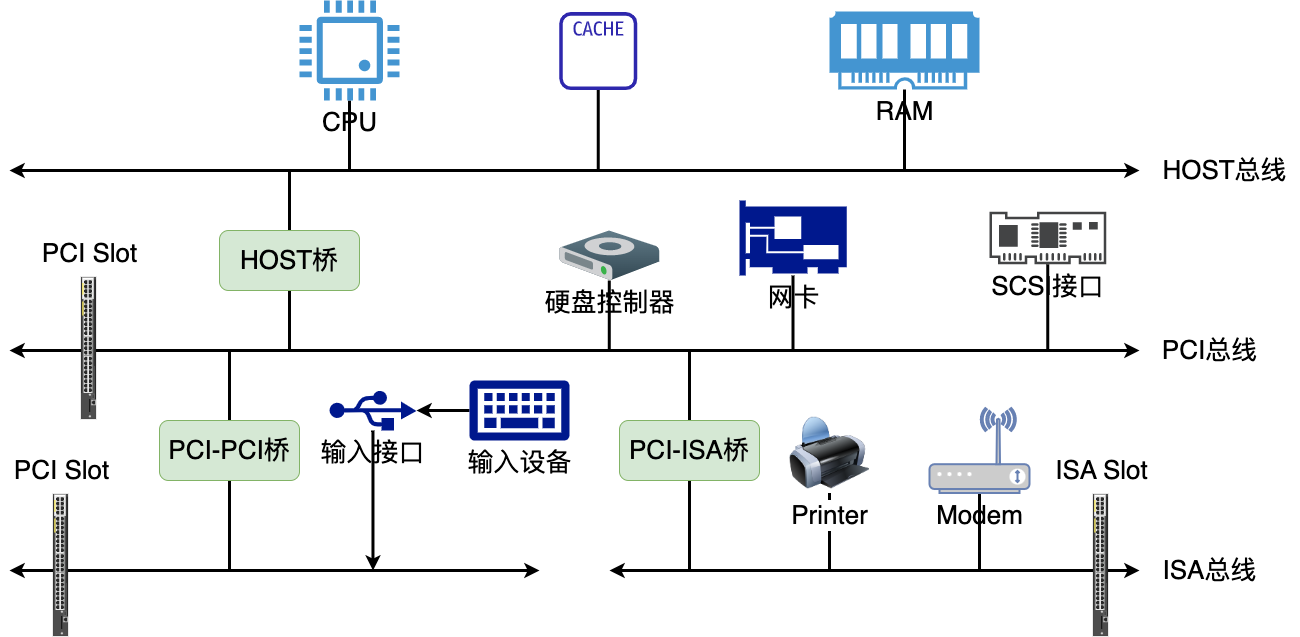
Earlier version of the draw.io export CS/计算机体系结构/微机原理与接口技术/PC的典型逻辑结构.drawio.png (superwjfeng/MarkdownWriting). Source tidied: cells renumbered, new cells last; positions are measured from the earlier drawing's top-left corner, leaving out a move shared by most shapes.
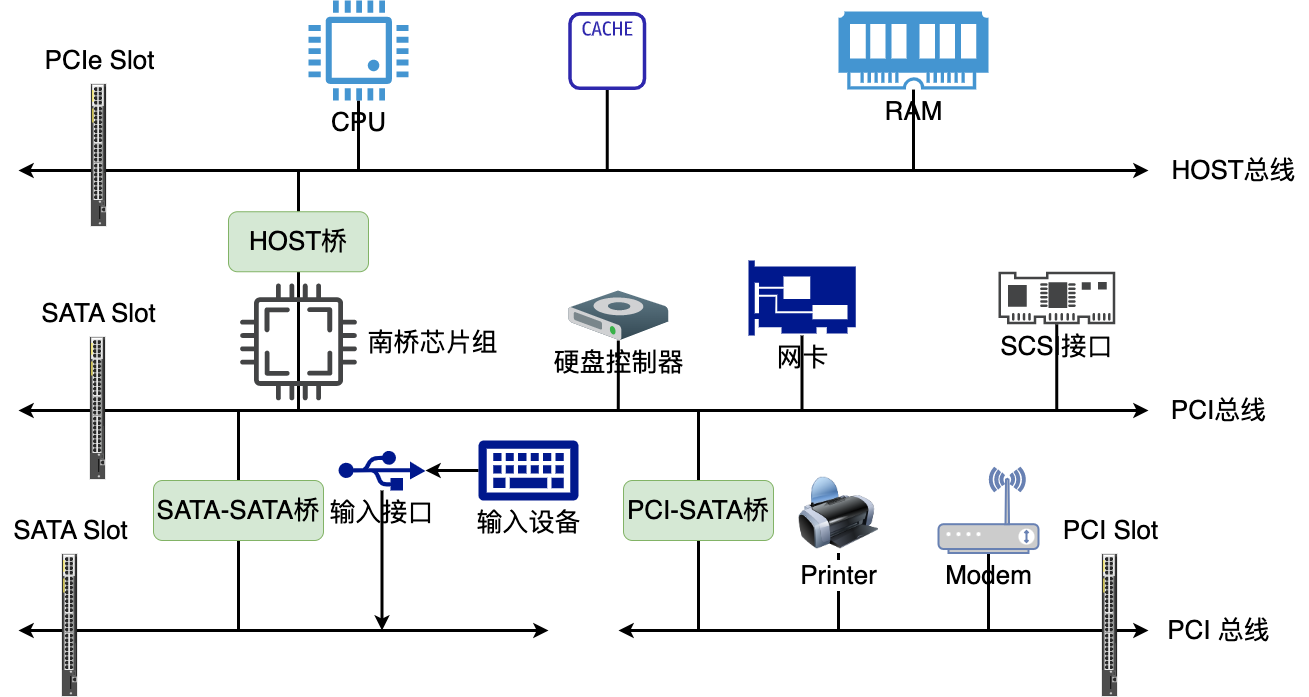
The same diagram one commit later.

Diff of the diagram source:
```diff
@@ -4,19 +4,19 @@
     <mxCell id="1" parent="0" />
     <mxCell id="2" style="edgeStyle=orthogonalEdgeStyle;rounded=0;jettySize=auto;html=1;strokeWidth=3;endArrow=none;endFill=0;" parent="1" edge="1" source="3">
       <mxGeometry relative="1" as="geometry">
-        <mxPoint x="360" y="170" as="targetPoint" />
+        <mxPoint x="360" y="110" as="targetPoint" />
       </mxGeometry>
     </mxCell>
     <mxCell id="3" value="&lt;font style=&quot;font-size: 26px;&quot;&gt;CPU&lt;/font&gt;" style="shadow=0;dashed=0;html=1;strokeColor=none;fillColor=#4495D1;labelPosition=center;verticalLabelPosition=bottom;verticalAlign=top;align=center;outlineConnect=0;shape=mxgraph.veeam.cpu;" parent="1" vertex="1">
-      <mxGeometry x="310" width="100" height="100" as="geometry" />
+      <mxGeometry x="310" y="-60" width="100" height="100" as="geometry" />
     </mxCell>
     <mxCell id="4" style="edgeStyle=orthogonalEdgeStyle;rounded=0;jettySize=auto;html=1;endArrow=none;strokeWidth=3;endFill=0;" parent="1" edge="1" source="5">
       <mxGeometry relative="1" as="geometry">
-        <mxPoint x="915" y="170" as="targetPoint" />
+        <mxPoint x="915" y="110" as="targetPoint" />
       </mxGeometry>
     </mxCell>
     <mxCell id="5" value="&lt;font style=&quot;font-size: 26px;&quot;&gt;RAM&lt;/font&gt;" style="shadow=0;dashed=0;html=1;strokeColor=none;fillColor=#4495D1;labelPosition=center;verticalLabelPosition=bottom;verticalAlign=top;align=center;outlineConnect=0;shape=mxgraph.veeam.ram;" parent="1" vertex="1">
-      <mxGeometry x="840" y="10.9" width="150" height="78.1" as="geometry" />
+      <mxGeometry x="840" y="-49.1" width="150" height="78.1" as="geometry" />
     </mxCell>
     <mxCell id="6" style="edgeStyle=orthogonalEdgeStyle;rounded=0;jettySize=auto;html=1;endArrow=classic;strokeWidth=3;endFill=1;" parent="1" edge="1" source="8">
       <mxGeometry relative="1" as="geometry">
@@ -34,11 +34,11 @@
     </mxCell>
     <mxCell id="10" style="edgeStyle=orthogonalEdgeStyle;rounded=0;jettySize=auto;html=1;endArrow=none;strokeWidth=3;endFill=0;" parent="1" edge="1" source="11">
       <mxGeometry relative="1" as="geometry">
-        <mxPoint x="608.8" y="170" as="targetPoint" />
+        <mxPoint x="608.8" y="110" as="targetPoint" />
       </mxGeometry>
     </mxCell>
     <mxCell id="11" style="sketch=0;outlineConnect=0;fontColor=#232F3E;gradientColor=none;fillColor=#2E27AD;strokeColor=none;dashed=0;verticalLabelPosition=bottom;verticalAlign=top;align=center;html=1;fontSize=12;fontStyle=0;shape=mxgraph.aws4.cache_node;" parent="1" vertex="1">
-      <mxGeometry x="569.8" y="11.6" width="78" height="78" as="geometry" />
+      <mxGeometry x="569.8" y="-48.4" width="78" height="78" as="geometry" />
     </mxCell>
     <mxCell id="12" style="edgeStyle=orthogonalEdgeStyle;rounded=0;jettySize=auto;html=1;endArrow=none;strokeWidth=3;endFill=0;" parent="1" edge="1" source="13">
       <mxGeometry relative="1" as="geometry">
@@ -50,8 +50,8 @@
     </mxCell>
     <mxCell id="14" style="endArrow=classic;startArrow=classic;html=1;rounded=0;strokeWidth=3;" parent="1" edge="1">
       <mxGeometry relative="1" as="geometry">
-        <mxPoint x="20" y="170" as="sourcePoint" />
-        <mxPoint x="1150" y="170" as="targetPoint" />
+        <mxPoint x="20" y="110" as="sourcePoint" />
+        <mxPoint x="1150" y="110" as="targetPoint" />
       </mxGeometry>
     </mxCell>
     <mxCell id="15" style="endArrow=classic;startArrow=classic;html=1;rounded=0;strokeWidth=3;" parent="1" edge="1">
@@ -76,12 +76,12 @@
         <mxPoint x="240" y="570" as="targetPoint" />
       </mxGeometry>
     </mxCell>
-    <mxCell id="19" value="&lt;font style=&quot;font-size: 26px;&quot;&gt;PCI-PCI桥&lt;br&gt;&lt;/font&gt;" style="rounded=1;whiteSpace=wrap;html=1;fillColor=#d5e8d4;strokeColor=#82b366;" parent="1" vertex="1">
-      <mxGeometry x="170" y="420" width="140" height="60" as="geometry" />
+    <mxCell id="19" value="&lt;font style=&quot;font-size: 26px;&quot;&gt;SATA-SATA桥&lt;br&gt;&lt;/font&gt;" style="rounded=1;whiteSpace=wrap;html=1;fillColor=#d5e8d4;strokeColor=#82b366;" parent="1" vertex="1">
+      <mxGeometry x="155" y="420" width="170" height="60" as="geometry" />
     </mxCell>
     <mxCell id="20" style="edgeStyle=orthogonalEdgeStyle;rounded=0;jettySize=auto;html=1;endArrow=none;strokeWidth=3;endFill=0;" parent="1" edge="1" source="22">
       <mxGeometry relative="1" as="geometry">
-        <mxPoint x="300" y="170" as="targetPoint" />
+        <mxPoint x="300" y="110" as="targetPoint" />
       </mxGeometry>
     </mxCell>
     <mxCell id="21" style="edgeStyle=orthogonalEdgeStyle;rounded=0;jettySize=auto;html=1;endArrow=none;strokeWidth=3;endFill=0;" parent="1" edge="1" source="22">
@@ -90,7 +90,7 @@
       </mxGeometry>
     </mxCell>
     <mxCell id="22" value="&lt;font style=&quot;font-size: 26px;&quot;&gt;HOST桥&lt;br&gt;&lt;/font&gt;" style="rounded=1;whiteSpace=wrap;html=1;fillColor=#d5e8d4;strokeColor=#82b366;" parent="1" vertex="1">
-      <mxGeometry x="230" y="230" width="140" height="60" as="geometry" />
+      <mxGeometry x="230" y="151.2" width="140" height="60" as="geometry" />
     </mxCell>
     <mxCell id="23" style="edgeStyle=orthogonalEdgeStyle;rounded=0;jettySize=auto;html=1;endArrow=none;strokeWidth=3;endFill=0;" parent="1" edge="1" source="25">
       <mxGeometry relative="1" as="geometry">
@@ -102,11 +102,11 @@
         <mxPoint x="700" y="570" as="targetPoint" />
       </mxGeometry>
     </mxCell>
-    <mxCell id="25" value="&lt;font style=&quot;font-size: 26px;&quot;&gt;PCI-ISA桥&lt;br&gt;&lt;/font&gt;" style="rounded=1;whiteSpace=wrap;html=1;fillColor=#d5e8d4;strokeColor=#82b366;" parent="1" vertex="1">
-      <mxGeometry x="630" y="420" width="140" height="60" as="geometry" />
+    <mxCell id="25" value="&lt;font style=&quot;font-size: 26px;&quot;&gt;PCI-SATA桥&lt;br&gt;&lt;/font&gt;" style="rounded=1;whiteSpace=wrap;html=1;fillColor=#d5e8d4;strokeColor=#82b366;" parent="1" vertex="1">
+      <mxGeometry x="625" y="420" width="150" height="60" as="geometry" />
     </mxCell>
     <mxCell id="26" value="&lt;font style=&quot;font-size: 26px;&quot;&gt;HOST总线&lt;/font&gt;" style="text;html=1;align=center;verticalAlign=middle;strokeColor=none;fillColor=none;" parent="1" vertex="1">
-      <mxGeometry x="1160" y="150" width="150" height="40" as="geometry" />
+      <mxGeometry x="1160" y="90" width="150" height="40" as="geometry" />
     </mxCell>
     <mxCell id="27" value="&lt;font style=&quot;font-size: 26px;&quot;&gt;PCI总线&lt;/font&gt;" style="text;html=1;align=center;verticalAlign=middle;strokeColor=none;fillColor=none;" parent="1" vertex="1">
       <mxGeometry x="1160" y="330" width="120" height="40" as="geometry" />
@@ -149,26 +149,38 @@
     <mxCell id="36" value="&lt;font style=&quot;font-size: 26px;&quot;&gt;SCSI接口&lt;/font&gt;" style="sketch=0;shadow=0;dashed=0;html=1;strokeColor=none;fillColor=#434445;labelPosition=center;verticalLabelPosition=bottom;verticalAlign=top;align=center;outlineConnect=0;shape=mxgraph.vvd.scsi_controller;" parent="1" vertex="1">
       <mxGeometry x="1000" y="211.2" width="116.7" height="52.5" as="geometry" />
     </mxCell>
-    <mxCell id="37" value="&lt;font style=&quot;font-size: 26px;&quot;&gt;ISA总线&lt;/font&gt;" style="text;html=1;align=center;verticalAlign=middle;strokeColor=none;fillColor=none;" parent="1" vertex="1">
-      <mxGeometry x="1160" y="550" width="120" height="40" as="geometry" />
+    <mxCell id="37" value="&lt;font style=&quot;font-size: 26px;&quot;&gt;PCI 总线&lt;/font&gt;" style="text;html=1;align=center;verticalAlign=middle;strokeColor=none;fillColor=none;" parent="1" vertex="1">
+      <mxGeometry x="1155" y="550" width="130" height="40" as="geometry" />
     </mxCell>
     <mxCell id="38" style="html=1;verticalLabelPosition=bottom;verticalAlign=top;shadow=0;dashed=0;shape=mxgraph.rack.hpe_aruba.switches.jl076a_hpe_aruba_3810m_40_port_gt_poeplus_8_port_1_2_5_5_10gbase_t_poeplus_1_slot_switch;rotation=90;" parent="1" vertex="1">
       <mxGeometry x="28" y="340" width="142" height="15" as="geometry" />
     </mxCell>
-    <mxCell id="39" value="&lt;font style=&quot;font-size: 26px;&quot;&gt;PCI Slot&lt;/font&gt;" style="text;html=1;align=center;verticalAlign=middle;strokeColor=none;fillColor=none;" parent="1" vertex="1">
-      <mxGeometry x="40" y="233" width="120" height="40" as="geometry" />
+    <mxCell id="39" value="&lt;font style=&quot;font-size: 26px;&quot;&gt;SATA Slot&lt;/font&gt;" style="text;html=1;align=center;verticalAlign=middle;strokeColor=none;fillColor=none;" parent="1" vertex="1">
+      <mxGeometry x="30" y="233" width="140" height="40" as="geometry" />
     </mxCell>
     <mxCell id="40" style="html=1;verticalLabelPosition=bottom;verticalAlign=top;shadow=0;dashed=0;shape=mxgraph.rack.hpe_aruba.switches.jl076a_hpe_aruba_3810m_40_port_gt_poeplus_8_port_1_2_5_5_10gbase_t_poeplus_1_slot_switch;rotation=90;" parent="1" vertex="1">
       <mxGeometry y="557" width="142" height="15" as="geometry" />
     </mxCell>
-    <mxCell id="41" value="&lt;font style=&quot;font-size: 26px;&quot;&gt;PCI Slot&lt;/font&gt;" style="text;html=1;align=center;verticalAlign=middle;strokeColor=none;fillColor=none;" parent="1" vertex="1">
-      <mxGeometry x="12" y="450" width="120" height="40" as="geometry" />
+    <mxCell id="41" value="&lt;font style=&quot;font-size: 26px;&quot;&gt;SATA Slot&lt;/font&gt;" style="text;html=1;align=center;verticalAlign=middle;strokeColor=none;fillColor=none;" parent="1" vertex="1">
+      <mxGeometry x="2" y="450" width="140" height="40" as="geometry" />
     </mxCell>
     <mxCell id="42" style="html=1;verticalLabelPosition=bottom;verticalAlign=top;shadow=0;dashed=0;shape=mxgraph.rack.hpe_aruba.switches.jl076a_hpe_aruba_3810m_40_port_gt_poeplus_8_port_1_2_5_5_10gbase_t_poeplus_1_slot_switch;rotation=90;" parent="1" vertex="1">
       <mxGeometry x="1040" y="557" width="142" height="15" as="geometry" />
     </mxCell>
-    <mxCell id="43" value="&lt;font style=&quot;font-size: 26px;&quot;&gt;ISA Slot&lt;/font&gt;" style="text;html=1;align=center;verticalAlign=middle;strokeColor=none;fillColor=none;" parent="1" vertex="1">
+    <mxCell id="43" value="&lt;font style=&quot;font-size: 26px;&quot;&gt;PCI Slot&lt;/font&gt;" style="text;html=1;align=center;verticalAlign=middle;strokeColor=none;fillColor=none;" parent="1" vertex="1">
       <mxGeometry x="1052" y="450" width="120" height="40" as="geometry" />
     </mxCell>
+    <mxCell id="44" style="html=1;verticalLabelPosition=bottom;verticalAlign=top;shadow=0;dashed=0;shape=mxgraph.rack.hpe_aruba.switches.jl076a_hpe_aruba_3810m_40_port_gt_poeplus_8_port_1_2_5_5_10gbase_t_poeplus_1_slot_switch;rotation=90;" parent="1" vertex="1">
+      <mxGeometry x="29" y="87" width="142" height="15" as="geometry" />
+    </mxCell>
+    <mxCell id="45" value="&lt;font style=&quot;font-size: 26px;&quot;&gt;PCIe Slot&lt;/font&gt;" style="text;html=1;align=center;verticalAlign=middle;strokeColor=none;fillColor=none;" parent="1" vertex="1">
+      <mxGeometry x="36" y="-20" width="130" height="40" as="geometry" />
+    </mxCell>
+    <mxCell id="46" style="sketch=0;shadow=0;dashed=0;html=1;strokeColor=none;fillColor=#434445;labelPosition=center;verticalLabelPosition=bottom;verticalAlign=top;align=center;shape=mxgraph.vvd.cpu;" parent="1" vertex="1">
+      <mxGeometry x="241.5" y="223" width="117" height="117" as="geometry" />
+    </mxCell>
+    <mxCell id="47" value="&lt;font style=&quot;font-size: 26px;&quot;&gt;南桥芯片组&lt;/font&gt;" style="text;html=1;align=center;verticalAlign=middle;strokeColor=none;fillColor=none;" parent="1" vertex="1">
+      <mxGeometry x="358.5" y="261.5" width="150" height="40" as="geometry" />
+    </mxCell>
   </root>
 </mxGraphModel>
```
